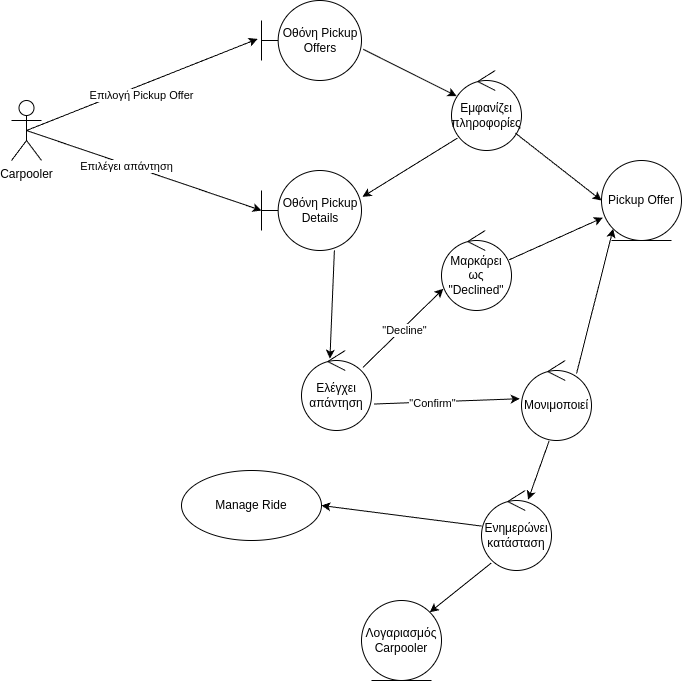
Before: reports/use-cases/confirm-pickup-robustness.drawio.png, a diagram exported from draw.io (YannisRavasopoulos/ProjectSD_S6). Source tidied: cells renumbered, new cells last; positions are measured from the earlier drawing's top-left corner, leaving out a move shared by most shapes. Its diagram source:
```xml
<mxGraphModel background="#ffffff">
  <root>
    <mxCell id="0" />
    <mxCell id="1" parent="0" />
    <mxCell id="2" value="Carpooler" style="shape=umlActor;verticalLabelPosition=bottom;verticalAlign=top;html=1;" parent="1" vertex="1">
      <mxGeometry y="100" width="30" height="60" as="geometry" />
    </mxCell>
    <mxCell id="3" value="Οθόνη Pickup Offers" style="shape=umlBoundary;whiteSpace=wrap;html=1;" parent="1" vertex="1">
      <mxGeometry x="250" width="100" height="80" as="geometry" />
    </mxCell>
    <mxCell id="4" style="endArrow=classic;html=1;exitX=0.5;exitY=0.5;exitDx=0;exitDy=0;exitPerimeter=0;entryX=-0.038;entryY=0.48;entryDx=0;entryDy=0;entryPerimeter=0;" parent="1" edge="1" source="2" target="3">
      <mxGeometry relative="1" as="geometry" />
    </mxCell>
    <mxCell id="5" value="Επιλογή Pickup Offer" style="edgeLabel;html=1;align=center;verticalAlign=middle;" parent="4" vertex="1">
      <mxGeometry x="-0.2" y="-2" relative="1" as="geometry">
        <mxPoint x="20" y="-1" as="offset" />
      </mxGeometry>
    </mxCell>
    <mxCell id="6" value="Εμφανίζει πληροφορίες" style="ellipse;shape=umlControl;whiteSpace=wrap;html=1;" parent="1" vertex="1">
      <mxGeometry x="440" y="70" width="70" height="80" as="geometry" />
    </mxCell>
    <mxCell id="7" value="Οθόνη Pickup Details" style="shape=umlBoundary;whiteSpace=wrap;html=1;" parent="1" vertex="1">
      <mxGeometry x="250" y="170" width="100" height="80" as="geometry" />
    </mxCell>
    <mxCell id="8" style="endArrow=classic;html=1;exitX=1.017;exitY=0.609;exitDx=0;exitDy=0;exitPerimeter=0;entryX=0.073;entryY=0.32;entryDx=0;entryDy=0;entryPerimeter=0;" parent="1" edge="1" source="3" target="6">
      <mxGeometry relative="1" as="geometry" />
    </mxCell>
    <mxCell id="9" style="endArrow=classic;html=1;exitX=0.083;exitY=0.846;exitDx=0;exitDy=0;exitPerimeter=0;entryX=1.01;entryY=0.329;entryDx=0;entryDy=0;entryPerimeter=0;" parent="1" edge="1" source="6" target="7">
      <mxGeometry relative="1" as="geometry" />
    </mxCell>
    <mxCell id="10" style="endArrow=classic;html=1;exitX=0.5;exitY=0.5;exitDx=0;exitDy=0;exitPerimeter=0;entryX=0;entryY=0.5;entryDx=0;entryDy=0;entryPerimeter=0;" parent="1" edge="1" source="2" target="7">
      <mxGeometry relative="1" as="geometry" />
    </mxCell>
    <mxCell id="11" value="Επιλέγει απάντηση" style="edgeLabel;html=1;align=center;verticalAlign=middle;" parent="10" vertex="1">
      <mxGeometry x="-0.16" y="-1" relative="1" as="geometry" />
    </mxCell>
    <mxCell id="12" value="Ελέγχει απάντηση" style="ellipse;shape=umlControl;whiteSpace=wrap;html=1;" parent="1" vertex="1">
      <mxGeometry x="290" y="350" width="70" height="80" as="geometry" />
    </mxCell>
    <mxCell id="13" style="endArrow=classic;html=1;exitX=0.729;exitY=0.998;exitDx=0;exitDy=0;exitPerimeter=0;entryX=0.406;entryY=0.102;entryDx=0;entryDy=0;entryPerimeter=0;" parent="1" edge="1" source="7" target="12">
      <mxGeometry relative="1" as="geometry" />
    </mxCell>
    <mxCell id="14" style="endArrow=classic;html=1;exitX=1.035;exitY=0.669;exitDx=0;exitDy=0;exitPerimeter=0;entryX=-0.026;entryY=0.478;entryDx=0;entryDy=0;entryPerimeter=0;" parent="1" edge="1" source="12" target="23">
      <mxGeometry relative="1" as="geometry" />
    </mxCell>
    <mxCell id="15" value="&quot;Confirm&quot;" style="edgeLabel;html=1;align=center;verticalAlign=middle;" parent="14" vertex="1">
      <mxGeometry x="-0.2" relative="1" as="geometry" />
    </mxCell>
    <mxCell id="16" value="Ενημερώνει κατάσταση" style="ellipse;shape=umlControl;whiteSpace=wrap;html=1;" parent="1" vertex="1">
      <mxGeometry x="470" y="490" width="70" height="80" as="geometry" />
    </mxCell>
    <mxCell id="17" value="Λογαριασμός Carpooler" style="ellipse;shape=umlEntity;whiteSpace=wrap;html=1;" parent="1" vertex="1">
      <mxGeometry x="350" y="600" width="80" height="80" as="geometry" />
    </mxCell>
    <mxCell id="18" style="endArrow=classic;html=1;exitX=0.14;exitY=0.906;exitDx=0;exitDy=0;exitPerimeter=0;entryX=1;entryY=0;entryDx=0;entryDy=0;" parent="1" edge="1" source="16" target="17">
      <mxGeometry relative="1" as="geometry" />
    </mxCell>
    <mxCell id="19" value="Manage Ride" style="ellipse;whiteSpace=wrap;html=1;" parent="1" vertex="1">
      <mxGeometry x="170" y="470" width="140" height="70" as="geometry" />
    </mxCell>
    <mxCell id="20" style="endArrow=classic;html=1;entryX=1;entryY=0.5;entryDx=0;entryDy=0;" parent="1" edge="1" source="16" target="19">
      <mxGeometry relative="1" as="geometry" />
    </mxCell>
    <mxCell id="21" value="Pickup Offer" style="ellipse;shape=umlEntity;whiteSpace=wrap;html=1;" parent="1" vertex="1">
      <mxGeometry x="590" y="160" width="80" height="80" as="geometry" />
    </mxCell>
    <mxCell id="22" style="endArrow=classic;html=1;entryX=0;entryY=0.5;entryDx=0;entryDy=0;" parent="1" edge="1" source="6" target="21">
      <mxGeometry relative="1" as="geometry" />
    </mxCell>
    <mxCell id="23" value="Μονιμοποιεί" style="ellipse;shape=umlControl;whiteSpace=wrap;html=1;" parent="1" vertex="1">
      <mxGeometry x="510" y="360" width="70" height="80" as="geometry" />
    </mxCell>
    <mxCell id="24" style="endArrow=classic;html=1;exitX=0.786;exitY=0.163;exitDx=0;exitDy=0;exitPerimeter=0;entryX=0;entryY=1;entryDx=0;entryDy=0;" parent="1" edge="1" source="23" target="21">
      <mxGeometry relative="1" as="geometry" />
    </mxCell>
    <mxCell id="25" style="endArrow=classic;html=1;exitX=0.395;exitY=1.005;exitDx=0;exitDy=0;exitPerimeter=0;entryX=0.666;entryY=0.116;entryDx=0;entryDy=0;entryPerimeter=0;" parent="1" edge="1" source="23" target="16">
      <mxGeometry relative="1" as="geometry" />
    </mxCell>
    <mxCell id="26" style="endArrow=classic;html=1;entryX=0.027;entryY=0.728;entryDx=0;entryDy=0;entryPerimeter=0;exitX=0.878;exitY=0.211;exitDx=0;exitDy=0;exitPerimeter=0;" parent="1" edge="1" source="12" target="28">
      <mxGeometry relative="1" as="geometry" />
    </mxCell>
    <mxCell id="27" value="&quot;Decline&quot;" style="edgeLabel;html=1;align=center;verticalAlign=middle;" parent="26" vertex="1">
      <mxGeometry x="-0.03" y="-1" relative="1" as="geometry" />
    </mxCell>
    <mxCell id="28" value="Μαρκάρει ως &quot;Declined&quot;" style="ellipse;shape=umlControl;whiteSpace=wrap;html=1;" parent="1" vertex="1">
      <mxGeometry x="430" y="230" width="70" height="80" as="geometry" />
    </mxCell>
    <mxCell id="29" style="endArrow=classic;html=1;exitX=0.967;exitY=0.366;exitDx=0;exitDy=0;exitPerimeter=0;entryX=0.017;entryY=0.715;entryDx=0;entryDy=0;entryPerimeter=0;" parent="1" edge="1" source="28" target="21">
      <mxGeometry relative="1" as="geometry" />
    </mxCell>
  </root>
</mxGraphModel>
```
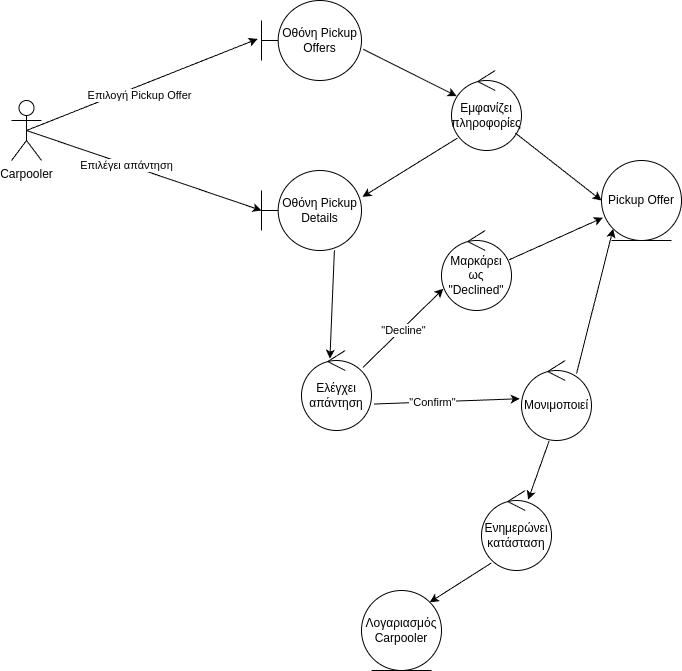
After the change.

Commit message:
Update join-ride

Diff of the diagram source:
```diff
@@ -50,17 +50,11 @@
       <mxGeometry x="470" y="490" width="70" height="80" as="geometry" />
     </mxCell>
     <mxCell id="17" value="Λογαριασμός Carpooler" style="ellipse;shape=umlEntity;whiteSpace=wrap;html=1;" parent="1" vertex="1">
-      <mxGeometry x="350" y="600" width="80" height="80" as="geometry" />
+      <mxGeometry x="350" y="590" width="80" height="80" as="geometry" />
     </mxCell>
     <mxCell id="18" style="endArrow=classic;html=1;exitX=0.14;exitY=0.906;exitDx=0;exitDy=0;exitPerimeter=0;entryX=1;entryY=0;entryDx=0;entryDy=0;" parent="1" edge="1" source="16" target="17">
       <mxGeometry relative="1" as="geometry" />
     </mxCell>
-    <mxCell id="19" value="Manage Ride" style="ellipse;whiteSpace=wrap;html=1;" parent="1" vertex="1">
-      <mxGeometry x="170" y="470" width="140" height="70" as="geometry" />
-    </mxCell>
-    <mxCell id="20" style="endArrow=classic;html=1;entryX=1;entryY=0.5;entryDx=0;entryDy=0;" parent="1" edge="1" source="16" target="19">
-      <mxGeometry relative="1" as="geometry" />
-    </mxCell>
     <mxCell id="21" value="Pickup Offer" style="ellipse;shape=umlEntity;whiteSpace=wrap;html=1;" parent="1" vertex="1">
       <mxGeometry x="590" y="160" width="80" height="80" as="geometry" />
     </mxCell>
```
